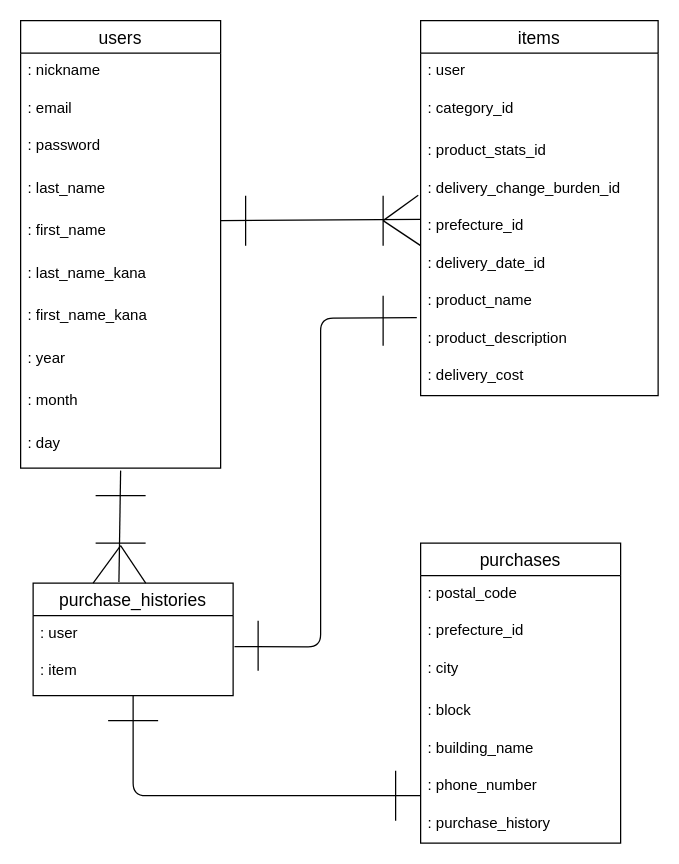
This is page "ページ1" (1 of 2) of er.dio from itoshin1341/furima-35411, a draw.io file, before an edit. Source tidied: cells renumbered, new cells numbered last; positions are measured from the earlier drawing's top-left corner, leaving out a move shared by most shapes. Both pictures are drawn from the tidied source at 125%, with x=0, y=0 at pixel (20, 20).
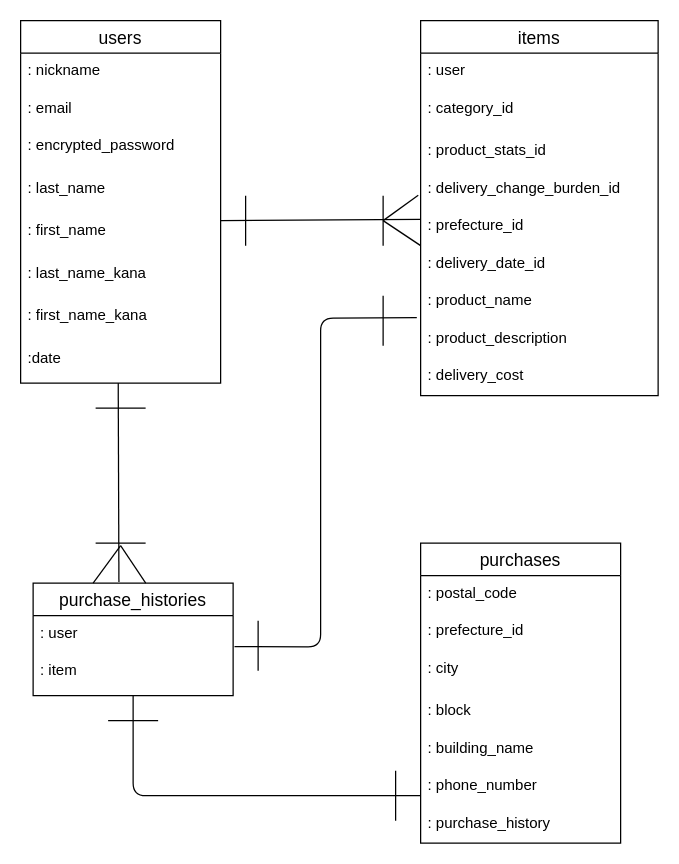
The same diagram, later.

Commit message (it also covers changes not shown here):
ER図及びREADMEの修正３

The change refers to these unchanged cells:
```xml
<mxCell id="23" value="purchase_histories" style="swimlane;fontStyle=0;horizontal=1;startSize=26;align=center;fontSize=14;" parent="1" vertex="1">
  <mxGeometry x="10" y="450" width="160" height="90" as="geometry" />
</mxCell>
```

Diff of the diagram source:
```diff
@@
     <mxCell id="2" value="users" style="swimlane;fontStyle=0;horizontal=1;startSize=26;align=center;fontSize=14;" parent="1" vertex="1">
-      <mxGeometry width="160" height="358" as="geometry" />
+      <mxGeometry width="160" height="290" as="geometry" />
     </mxCell>
@@
-    <mxCell id="5" value=": password" style="text;strokeColor=none;fillColor=none;spacingLeft=4;spacingRight=4;overflow=hidden;fontSize=12;" parent="2" vertex="1">
+    <mxCell id="5" value=": encrypted_password" style="text;strokeColor=none;fillColor=none;spacingLeft=4;spacingRight=4;overflow=hidden;fontSize=12;" parent="2" vertex="1">
       <mxGeometry y="86" width="160" height="34" as="geometry" />
     </mxCell>
@@
-    <mxCell id="10" value=": year" style="text;strokeColor=none;fillColor=none;spacingLeft=4;spacingRight=4;overflow=hidden;points=[[0,0.5],[1,0.5]];portConstraint=eastwest;fontSize=12;" parent="2" vertex="1">
+    <mxCell id="10" value=":date" style="text;strokeColor=none;fillColor=none;spacingLeft=4;spacingRight=4;overflow=hidden;points=[[0,0.5],[1,0.5]];portConstraint=eastwest;fontSize=12;" parent="2" vertex="1">
       <mxGeometry y="256" width="160" height="34" as="geometry" />
     </mxCell>
-    <mxCell id="11" value=": month" style="text;strokeColor=none;fillColor=none;spacingLeft=4;spacingRight=4;overflow=hidden;fontSize=12;" parent="2" vertex="1">
-      <mxGeometry y="290" width="160" height="34" as="geometry" />
-    </mxCell>
-    <mxCell id="12" value=": day" style="text;strokeColor=none;fillColor=none;spacingLeft=4;spacingRight=4;overflow=hidden;fontSize=12;" parent="2" vertex="1">
-      <mxGeometry y="324" width="160" height="34" as="geometry" />
-    </mxCell>
@@
-    <mxCell id="41" style="endArrow=none;html=1;exitX=0.429;exitY=-0.009;exitDx=0;exitDy=0;exitPerimeter=0;" parent="1" edge="1" source="23">
-      <mxGeometry relative="1" as="geometry">
-        <mxPoint x="80" y="360" as="targetPoint" />
-      </mxGeometry>
+    <mxCell id="41" style="endArrow=none;html=1;exitX=0.429;exitY=-0.009;exitDx=0;exitDy=0;exitPerimeter=0;entryX=0.488;entryY=1;entryDx=0;entryDy=0;entryPerimeter=0;" parent="1" edge="1" source="23" target="10">
+      <mxGeometry relative="1" as="geometry" />
     </mxCell>
     <mxCell id="42" style="endArrow=none;html=1;" parent="1" edge="1">
       <mxGeometry relative="1" as="geometry">
-        <mxPoint x="100" y="380" as="sourcePoint" />
-        <mxPoint x="60" y="380" as="targetPoint" />
+        <mxPoint x="100" y="310" as="sourcePoint" />
+        <mxPoint x="60" y="310" as="targetPoint" />
       </mxGeometry>
     </mxCell>
```
